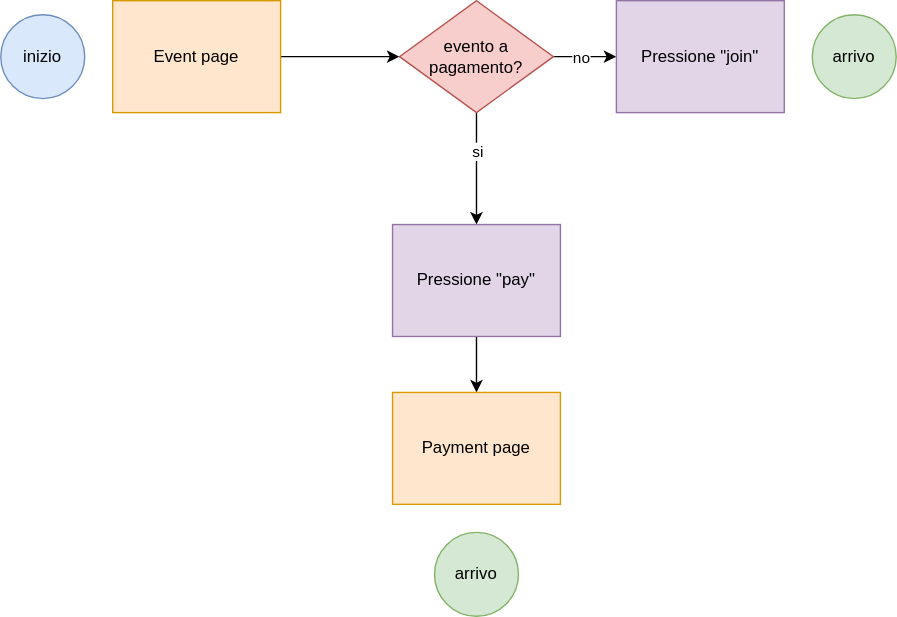
The draw.io diagram D3/images/B5.svg in rtogni00/IS_Progetto, before a commit. Source tidied: cells renumbered, new cells last; positions are measured from the earlier drawing's top-left corner, leaving out a move shared by most shapes.
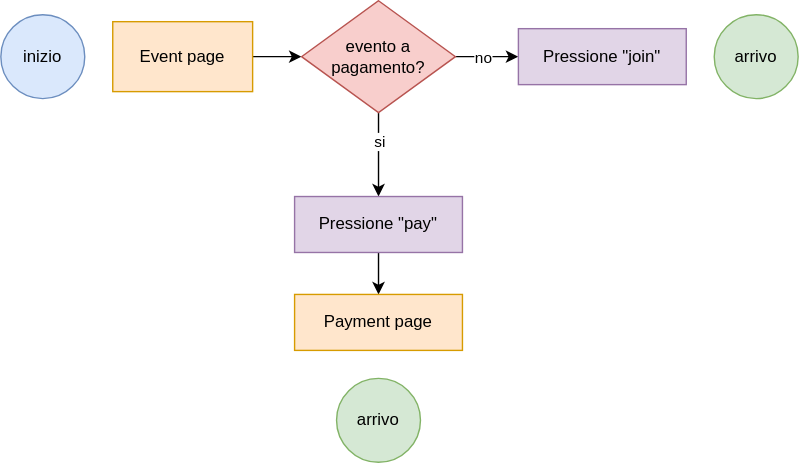
After the change.

The edit, as a diff of the source:
```diff
@@ -3,20 +3,20 @@
     <mxCell id="0" />
     <mxCell id="1" parent="0" />
     <mxCell id="2" value="inizio" style="ellipse;whiteSpace=wrap;html=1;fillColor=#dae8fc;strokeColor=#6c8ebf;" parent="1" vertex="1">
-      <mxGeometry y="10" width="60" height="60" as="geometry" />
+      <mxGeometry x="120" y="50" width="60" height="60" as="geometry" />
     </mxCell>
     <mxCell id="3" style="edgeStyle=orthogonalEdgeStyle;rounded=0;jettySize=auto;html=1;entryX=0;entryY=0.5;entryDx=0;entryDy=0;" parent="1" edge="1" source="4" target="9">
       <mxGeometry relative="1" as="geometry" />
     </mxCell>
     <mxCell id="4" value="Event page" style="rounded=0;whiteSpace=wrap;html=1;fillColor=#ffe6cc;strokeColor=#d79b00;" parent="1" vertex="1">
-      <mxGeometry x="80" width="120" height="80" as="geometry" />
+      <mxGeometry x="200" y="55" width="100" height="50" as="geometry" />
     </mxCell>
-    <mxCell id="5" style="edgeStyle=orthogonalEdgeStyle;rounded=0;jettySize=auto;html=1;" parent="1" edge="1" source="9">
-      <mxGeometry relative="1" as="geometry">
-        <mxPoint x="440" y="40" as="targetPoint" />
-      </mxGeometry>
-    </mxCell>
+    <mxCell id="16" style="edgeStyle=orthogonalEdgeStyle;rounded=0;jettySize=auto;html=1;" parent="1" edge="1" source="9">
+      <mxGeometry relative="1" as="geometry">
+        <mxPoint x="490" y="80" as="targetPoint" />
+      </mxGeometry>
+    </mxCell>
-    <mxCell id="6" value="no" style="edgeLabel;html=1;align=center;verticalAlign=middle;" parent="5" vertex="1">
+    <mxCell id="6" value="no" style="edgeLabel;html=1;align=center;verticalAlign=middle;" parent="16" vertex="1">
       <mxGeometry x="-0.56" y="-4" relative="1" as="geometry">
         <mxPoint x="9" y="-4" as="offset" />
       </mxGeometry>
@@ -30,25 +30,25 @@
       </mxGeometry>
     </mxCell>
     <mxCell id="9" value="evento a pagamento?" style="rhombus;whiteSpace=wrap;html=1;fillColor=#f8cecc;strokeColor=#b85450;" parent="1" vertex="1">
-      <mxGeometry x="285" width="110" height="80" as="geometry" />
+      <mxGeometry x="335" y="40" width="110" height="80" as="geometry" />
     </mxCell>
     <mxCell id="10" style="edgeStyle=orthogonalEdgeStyle;rounded=0;jettySize=auto;html=1;entryX=0.5;entryY=0;entryDx=0;entryDy=0;" parent="1" edge="1" source="11" target="13">
       <mxGeometry relative="1" as="geometry" />
     </mxCell>
     <mxCell id="11" value="Pressione &quot;pay&quot;" style="rounded=0;whiteSpace=wrap;html=1;fillColor=#e1d5e7;strokeColor=#9673a6;" parent="1" vertex="1">
-      <mxGeometry x="280" y="160" width="120" height="80" as="geometry" />
+      <mxGeometry x="330" y="180" width="120" height="40" as="geometry" />
     </mxCell>
     <mxCell id="12" value="Pressione &quot;join&quot;" style="rounded=0;whiteSpace=wrap;html=1;fillColor=#e1d5e7;strokeColor=#9673a6;" parent="1" vertex="1">
-      <mxGeometry x="440" width="120" height="80" as="geometry" />
+      <mxGeometry x="490" y="60" width="120" height="40" as="geometry" />
     </mxCell>
     <mxCell id="13" value="Payment page" style="rounded=0;whiteSpace=wrap;html=1;fillColor=#ffe6cc;strokeColor=#d79b00;" parent="1" vertex="1">
-      <mxGeometry x="280" y="280" width="120" height="80" as="geometry" />
+      <mxGeometry x="330" y="250" width="120" height="40" as="geometry" />
     </mxCell>
-    <mxCell id="14" value="arrivo" style="ellipse;whiteSpace=wrap;html=1;fillColor=#d5e8d4;strokeColor=#82b366;" parent="1" vertex="1">
-      <mxGeometry x="310" y="380" width="60" height="60" as="geometry" />
-    </mxCell>
-    <mxCell id="15" value="arrivo" style="ellipse;whiteSpace=wrap;html=1;fillColor=#d5e8d4;strokeColor=#82b366;" parent="1" vertex="1">
-      <mxGeometry x="580" y="10" width="60" height="60" as="geometry" />
-    </mxCell>
+    <mxCell id="17" value="arrivo" style="ellipse;whiteSpace=wrap;html=1;fillColor=#d5e8d4;strokeColor=#82b366;" parent="1" vertex="1">
+      <mxGeometry x="360" y="310" width="60" height="60" as="geometry" />
+    </mxCell>
+    <mxCell id="18" value="arrivo" style="ellipse;whiteSpace=wrap;html=1;fillColor=#d5e8d4;strokeColor=#82b366;" parent="1" vertex="1">
+      <mxGeometry x="630" y="50" width="60" height="60" as="geometry" />
+    </mxCell>
   </root>
 </mxGraphModel>
```
